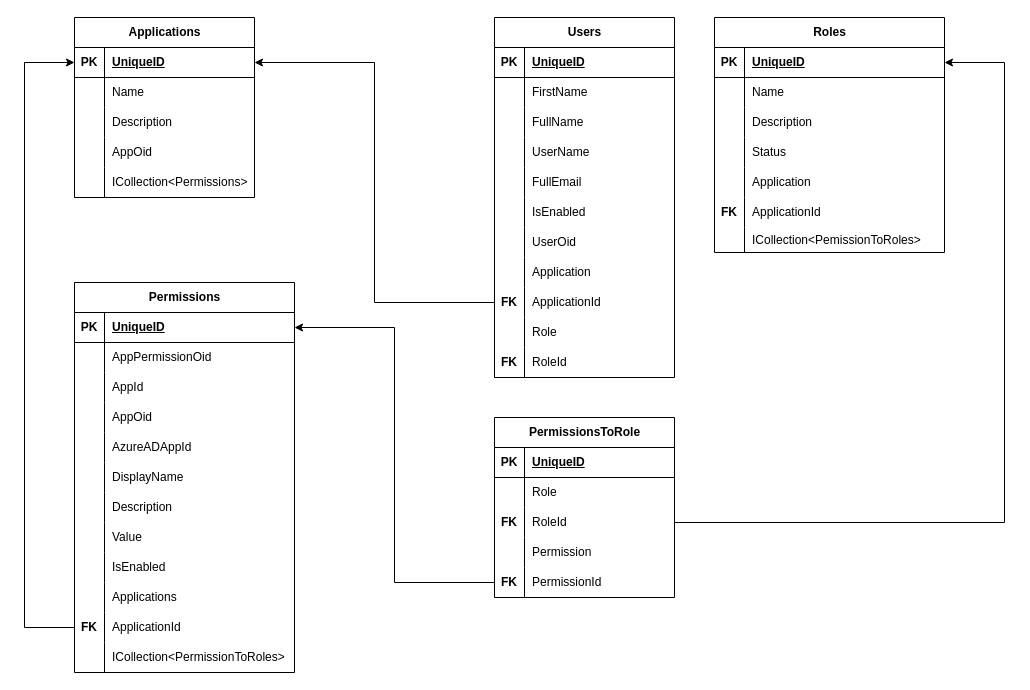
Above: Untitled Diagram.drawio in Arielhenriquez/Arielhenriquez (draw.io), before the change. Source tidied: cells renumbered, new cells numbered last; positions are measured from the earlier drawing's top-left corner, leaving out a move shared by most shapes. Both pictures are drawn from the tidied source at 100%, with x=0, y=0 at pixel (24, 17).
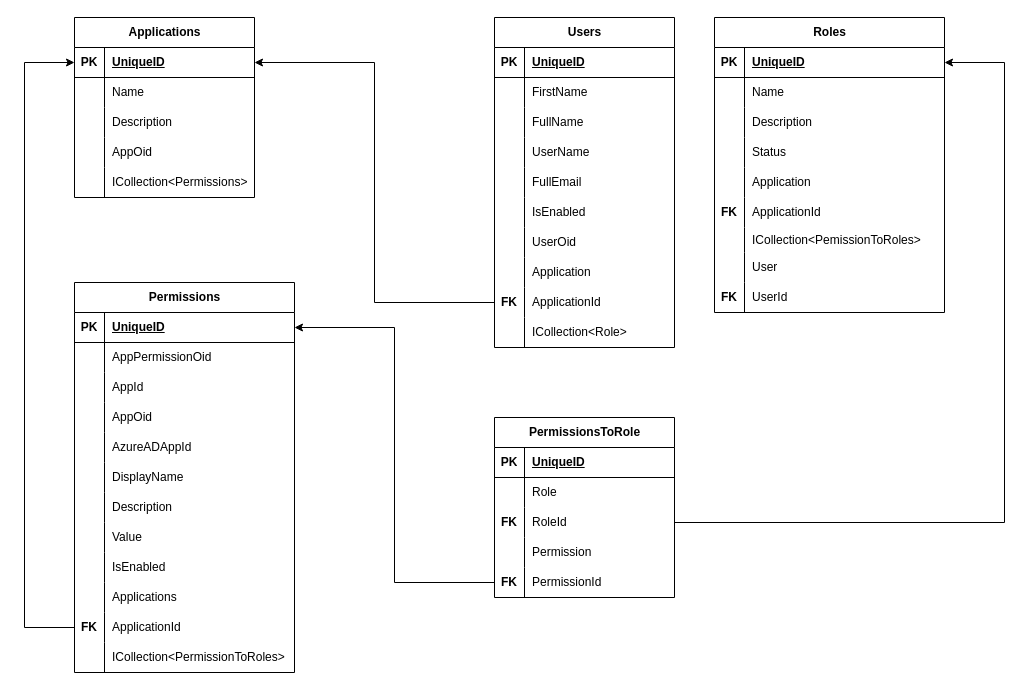
The same diagram, later.

Commit message:
Update user and roles relationship

The change refers to these unchanged cells:
```xml
<mxCell id="84" style="shape=tableRow;horizontal=0;startSize=0;swimlaneHead=0;swimlaneBody=0;fillColor=none;top=0;left=0;right=0;bottom=0;" parent="56" vertex="1">
  <mxGeometry y="300" width="180" height="30" as="geometry" />
</mxCell>
```

Change to the diagram source:
```diff
@@
     <mxCell id="34" value="Roles" style="shape=table;startSize=30;childLayout=tableLayout;rowLines=0;fontStyle=1;align=center;html=1;" parent="1" vertex="1">
-      <mxGeometry x="690" width="230" height="235" as="geometry" />
+      <mxGeometry x="690" width="230" height="295" as="geometry" />
     </mxCell>
@@
+    <mxCell id="131" style="shape=tableRow;horizontal=0;startSize=0;swimlaneHead=0;swimlaneBody=0;fillColor=none;top=0;left=0;right=0;bottom=0;" parent="34" vertex="1">
+      <mxGeometry y="235" width="230" height="30" as="geometry" />
+    </mxCell>
+    <mxCell id="132" style="shape=partialRectangle;fillColor=none;top=0;left=0;bottom=0;right=0;overflow=hidden;whiteSpace=wrap;html=1;" parent="131" vertex="1">
+      <mxGeometry width="30" height="30" as="geometry" />
+    </mxCell>
+    <mxCell id="133" value="User" style="shape=partialRectangle;fillColor=none;top=0;left=0;bottom=0;right=0;align=left;spacingLeft=6;overflow=hidden;whiteSpace=wrap;html=1;" parent="131" vertex="1">
+      <mxGeometry x="30" width="200" height="30" as="geometry" />
+    </mxCell>
+    <mxCell id="134" style="shape=tableRow;horizontal=0;startSize=0;swimlaneHead=0;swimlaneBody=0;fillColor=none;top=0;left=0;right=0;bottom=0;" parent="34" vertex="1">
+      <mxGeometry y="265" width="230" height="30" as="geometry" />
+    </mxCell>
+    <mxCell id="88" value="&lt;b style=&quot;border-color: var(--border-color);&quot;&gt;FK&lt;/b&gt;" style="shape=partialRectangle;fillColor=none;top=0;left=0;bottom=0;right=0;overflow=hidden;whiteSpace=wrap;html=1;" parent="134" vertex="1">
+      <mxGeometry width="30" height="30" as="geometry" />
+    </mxCell>
+    <mxCell id="135" value="UserId" style="shape=partialRectangle;fillColor=none;top=0;left=0;bottom=0;right=0;align=left;spacingLeft=6;overflow=hidden;whiteSpace=wrap;html=1;" parent="134" vertex="1">
+      <mxGeometry x="30" width="200" height="30" as="geometry" />
+    </mxCell>
     <mxCell id="56" value="Users" style="shape=table;startSize=30;childLayout=tableLayout;rowLines=0;fontStyle=1;align=center;html=1;" parent="1" vertex="1">
-      <mxGeometry x="470" width="180" height="360" as="geometry" />
+      <mxGeometry x="470" width="180" height="330" as="geometry" />
     </mxCell>
@@
-    <mxCell id="86" value="Role" style="shape=partialRectangle;fillColor=none;top=0;left=0;bottom=0;right=0;align=left;spacingLeft=6;overflow=hidden;whiteSpace=wrap;html=1;" parent="84" vertex="1">
+    <mxCell id="86" value="ICollection&amp;lt;Role&amp;gt;" style="shape=partialRectangle;fillColor=none;top=0;left=0;bottom=0;right=0;align=left;spacingLeft=6;overflow=hidden;whiteSpace=wrap;html=1;" parent="84" vertex="1">
       <mxGeometry x="30" width="150" height="30" as="geometry" />
     </mxCell>
-    <mxCell id="87" style="shape=tableRow;horizontal=0;startSize=0;swimlaneHead=0;swimlaneBody=0;fillColor=none;top=0;left=0;right=0;bottom=0;" parent="56" vertex="1">
-      <mxGeometry y="330" width="180" height="30" as="geometry" />
-    </mxCell>
-    <mxCell id="88" value="&lt;b&gt;FK&lt;/b&gt;" style="shape=partialRectangle;fillColor=none;top=0;left=0;bottom=0;right=0;overflow=hidden;whiteSpace=wrap;html=1;" parent="87" vertex="1">
-      <mxGeometry width="30" height="30" as="geometry" />
-    </mxCell>
-    <mxCell id="89" value="RoleId" style="shape=partialRectangle;fillColor=none;top=0;left=0;bottom=0;right=0;align=left;spacingLeft=6;overflow=hidden;whiteSpace=wrap;html=1;" parent="87" vertex="1">
-      <mxGeometry x="30" width="150" height="30" as="geometry" />
-    </mxCell>
```
